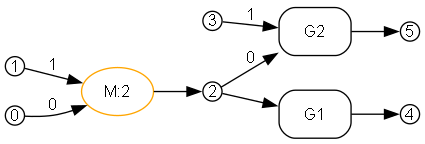
Before: crates/bhyp/images/test_copy_subst_commute/shared_span_for_copy_M_left.png, a diagram exported from Graphviz (ammatsui/bhypvis). Its source is kept beside it as crates/bhyp/images/test_copy_subst_commute/shared_span_for_copy_M_left.dot. Its diagram source:
```dot
digraph shared_span_for_copy_M_left {
  fontname="Helvetica"
  fontsize=12
  rankdir=LR;
  node [fontname="Helvetica", fontsize=12];
  edge [fontname="Helvetica", fontsize=12];

  n2 [label="2", shape=circle, style=filled, fillcolor=white, color="black", width=0.2, height=0.2, fixedsize=true];
  n5 [label="5", shape=circle, style=filled, fillcolor=white, color="black", width=0.2, height=0.2, fixedsize=true];
  n1 [label="1", shape=circle, style=filled, fillcolor=white, color="black", width=0.2, height=0.2, fixedsize=true];
  n0 [label="0", shape=circle, style=filled, fillcolor=white, color="black", width=0.2, height=0.2, fixedsize=true];
  n3 [label="3", shape=circle, style=filled, fillcolor=white, color="black", width=0.2, height=0.2, fixedsize=true];
  n4 [label="4", shape=circle, style=filled, fillcolor=white, color="black", width=0.2, height=0.2, fixedsize=true];

  e2 [label="G1", shape=box, style=rounded, color="black"];
  e1 [label="G2", shape=box, style=rounded, color="black"];
  e0 [label="M:2", shape=ellipse, style=rounded, color="orange"];

  n2 -> e2 [label=""];
  n2 -> e1 [label="0"];
  n3 -> e1 [label="1"];
  n0 -> e0 [label="0"];
  n1 -> e0 [label="1"];

  e2 -> n4 [label=""];
  e1 -> n5 [label=""];
  e0 -> n2 [label=""];
}
```
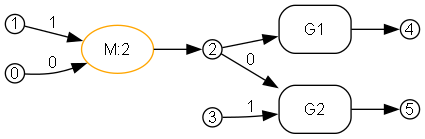
The same diagram one commit later.

What changed in the source:
```diff
@@ -5,24 +5,24 @@
   node [fontname="Helvetica", fontsize=12];
   edge [fontname="Helvetica", fontsize=12];
 
+  n1 [label="1", shape=circle, style=filled, fillcolor=white, color="black", width=0.2, height=0.2, fixedsize=true];
+  n5 [label="5", shape=circle, style=filled, fillcolor=white, color="black", width=0.2, height=0.2, fixedsize=true];
+  n0 [label="0", shape=circle, style=filled, fillcolor=white, color="black", width=0.2, height=0.2, fixedsize=true];
   n2 [label="2", shape=circle, style=filled, fillcolor=white, color="black", width=0.2, height=0.2, fixedsize=true];
-  n5 [label="5", shape=circle, style=filled, fillcolor=white, color="black", width=0.2, height=0.2, fixedsize=true];
-  n1 [label="1", shape=circle, style=filled, fillcolor=white, color="black", width=0.2, height=0.2, fixedsize=true];
-  n0 [label="0", shape=circle, style=filled, fillcolor=white, color="black", width=0.2, height=0.2, fixedsize=true];
   n3 [label="3", shape=circle, style=filled, fillcolor=white, color="black", width=0.2, height=0.2, fixedsize=true];
   n4 [label="4", shape=circle, style=filled, fillcolor=white, color="black", width=0.2, height=0.2, fixedsize=true];
 
+  e0 [label="M:2", shape=ellipse, style=rounded, color="orange"];
+  e1 [label="G2", shape=box, style=rounded, color="black"];
   e2 [label="G1", shape=box, style=rounded, color="black"];
-  e1 [label="G2", shape=box, style=rounded, color="black"];
-  e0 [label="M:2", shape=ellipse, style=rounded, color="orange"];
 
-  n2 -> e2 [label=""];
+  n0 -> e0 [label="0"];
+  n1 -> e0 [label="1"];
   n2 -> e1 [label="0"];
   n3 -> e1 [label="1"];
-  n0 -> e0 [label="0"];
-  n1 -> e0 [label="1"];
+  n2 -> e2 [label=""];
 
+  e0 -> n2 [label=""];
+  e1 -> n5 [label=""];
   e2 -> n4 [label=""];
-  e1 -> n5 [label=""];
-  e0 -> n2 [label=""];
 }
```
